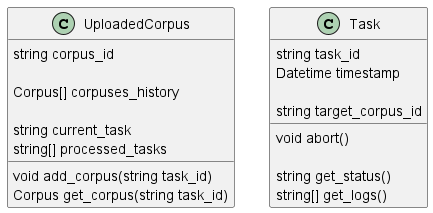
parkchamchi/GlossySnake keeps this PlantUML diagram as docs/design/images/class_backend.png. Above is the earlier version.
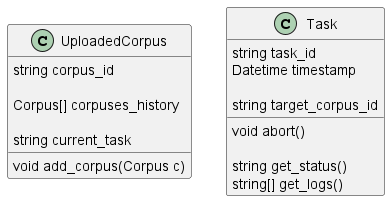
Later version of the same file.

Diff of the diagram source:
```diff
@@ -6,10 +6,8 @@
 	Corpus[] corpuses_history
 
 	string current_task
-	string[] processed_tasks
 
-	void add_corpus(string task_id)
-	Corpus get_corpus(string task_id)
+	void add_corpus(Corpus c)
 }
 
 class Task {
```
